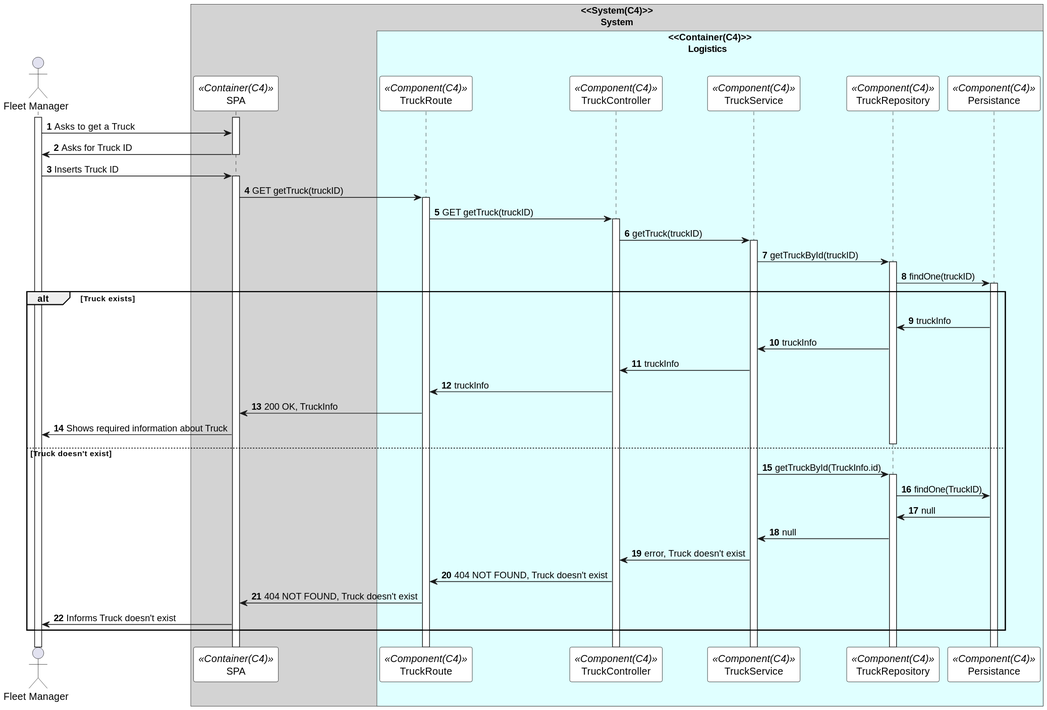
Above: Documents/Deployment Diagrams/Level 3 - Component/Process View/Truck/svg/getTruckSD.svg in 0franciscor/dei_3dj_057 (PlantUML), before the change. Its diagram source:
```plantuml
@startuml getTruckSD

autonumber
!pragma teoz true

skinparam sequence {
ParticipantBorderColor black
ParticipantBackgroundColor white
}

actor "Fleet Manager" as manager

box "<<System(C4)>>\n       System" #LightGray
participant SPA as  SPA <<Container(C4)>>
box "<<Container(C4)>>\n       Logistics" #LightCyan
participant TruckRoute as Route <<Component(C4)>>
participant TruckController as Controller <<Component(C4)>>
participant TruckService as Service <<Component(C4)>>
participant TruckRepository as Repository <<Component(C4)>>
participant Persistance as Persistance <<Component(C4)>>
end box



activate manager
activate SPA
manager -> SPA: Asks to get a Truck

SPA -> manager: Asks for Truck ID
deactivate SPA

manager ->SPA: Inserts Truck ID
activate SPA

SPA -> Route: GET getTruck(truckID)
activate Route
Route -> Controller: GET getTruck(truckID)
activate Controller



Controller -> Service: getTruck(truckID)
activate Service

Service -> Repository: getTruckById(truckID)
activate Repository
Repository -> Persistance: findOne(truckID)
activate Persistance

alt Truck exists

Persistance -> Repository: truckInfo
Repository->Service: truckInfo

Service -> Controller: truckInfo
Controller->Route: truckInfo
Route->SPA: 200 OK, TruckInfo

SPA->manager: Shows required information about Truck
deactivate Repository

else Truck doesn't exist

Service -> Repository: getTruckById(TruckInfo.id)
activate Repository
Repository -> Persistance: findOne(TruckID)

Persistance->Repository: null
Repository->Service: null
Service->Controller: error, Truck doesn't exist
Controller->Route: 404 NOT FOUND, Truck doesn't exist
Route->SPA: 404 NOT FOUND, Truck doesn't exist
SPA->manager: Informs Truck doesn't exist


@enduml
```
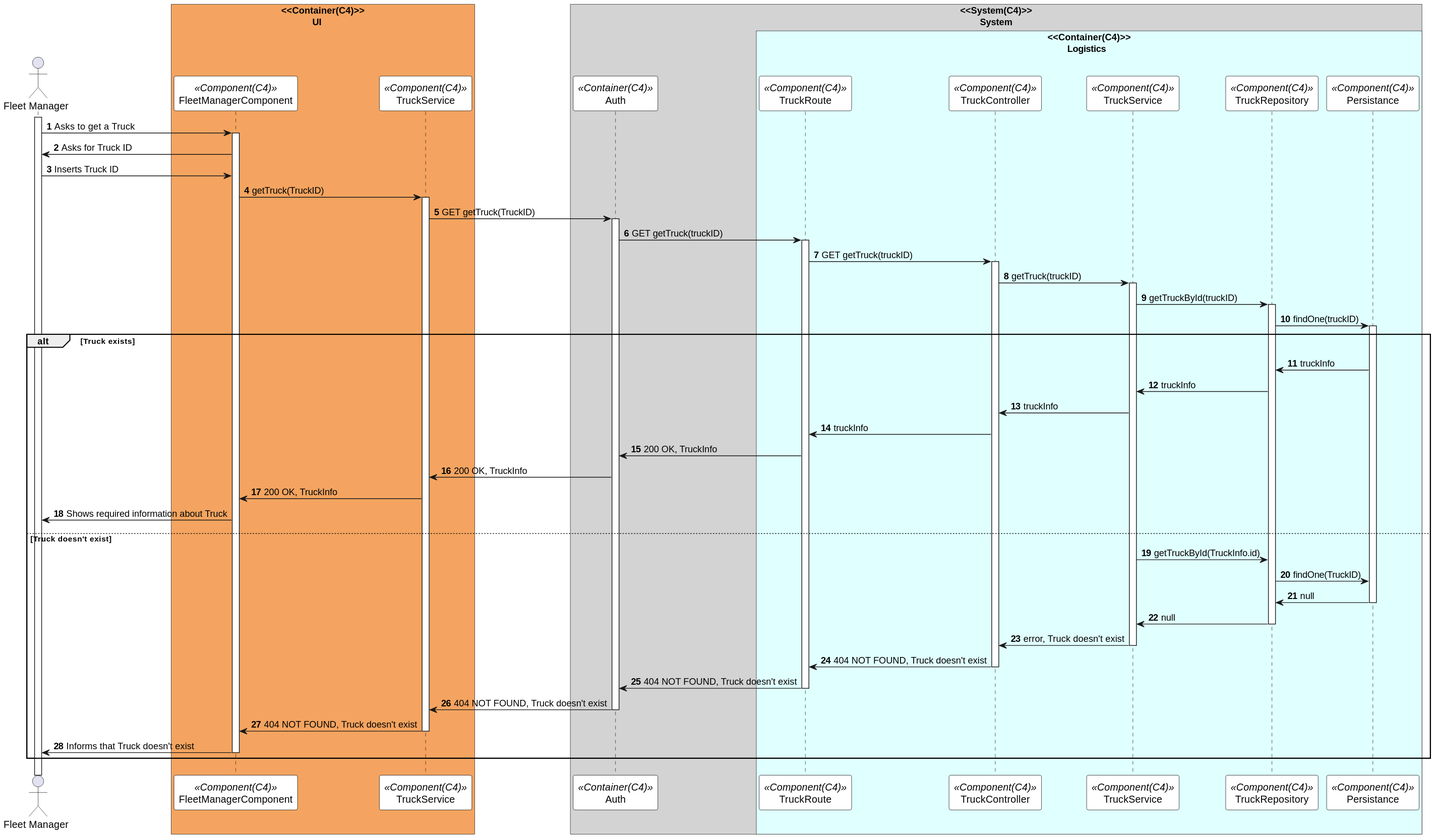
Above is the later version.

Change to the diagram source:
```diff
@@ -10,8 +10,13 @@
 
 actor "Fleet Manager" as manager
 
+box "<<Container(C4)>>\n           UI" #SandyBrown
+participant "FleetManagerComponent" as FleetManagerComponent <<Component(C4)>>
+participant "TruckService" as TruckService <<Component(C4)>>
+end box
+
 box "<<System(C4)>>\n       System" #LightGray
-participant SPA as  SPA <<Container(C4)>>
+participant Auth as  Auth <<Container(C4)>>
 box "<<Container(C4)>>\n       Logistics" #LightCyan
 participant TruckRoute as Route <<Component(C4)>>
 participant TruckController as Controller <<Component(C4)>>
@@ -23,16 +28,21 @@
 
 
 activate manager
-activate SPA
-manager -> SPA: Asks to get a Truck
 
-SPA -> manager: Asks for Truck ID
-deactivate SPA
+manager -> FleetManagerComponent: Asks to get a Truck
+activate FleetManagerComponent
+FleetManagerComponent -> manager: Asks for Truck ID
 
-manager ->SPA: Inserts Truck ID
-activate SPA
 
-SPA -> Route: GET getTruck(truckID)
+manager ->FleetManagerComponent: Inserts Truck ID
+
+FleetManagerComponent -> TruckService: getTruck(TruckID)
+activate TruckService
+TruckService -> Auth: GET getTruck(TruckID)
+
+activate Auth
+
+Auth -> Route: GET getTruck(truckID)
 activate Route
 Route -> Controller: GET getTruck(truckID)
 activate Controller
@@ -54,23 +64,35 @@
 
 Service -> Controller: truckInfo
 Controller->Route: truckInfo
-Route->SPA: 200 OK, TruckInfo
+Route->Auth: 200 OK, TruckInfo
+Auth->TruckService: 200 OK, TruckInfo
+TruckService->FleetManagerComponent: 200 OK, TruckInfo
 
-SPA->manager: Shows required information about Truck
-deactivate Repository
+FleetManagerComponent->manager: Shows required information about Truck
+
 
 else Truck doesn't exist
 
 Service -> Repository: getTruckById(TruckInfo.id)
-activate Repository
+
 Repository -> Persistance: findOne(TruckID)
 
 Persistance->Repository: null
+deactivate Persistance
 Repository->Service: null
+deactivate Repository
 Service->Controller: error, Truck doesn't exist
+deactivate Service
 Controller->Route: 404 NOT FOUND, Truck doesn't exist
-Route->SPA: 404 NOT FOUND, Truck doesn't exist
-SPA->manager: Informs Truck doesn't exist
+deactivate Controller
+Route->Auth: 404 NOT FOUND, Truck doesn't exist
+deactivate Route
+Auth -> TruckService: 404 NOT FOUND, Truck doesn't exist
+deactivate Auth
+TruckService -> FleetManagerComponent: 404 NOT FOUND, Truck doesn't exist
+deactivate TruckService
+FleetManagerComponent -> manager: Informs that Truck doesn't exist
+deactivate FleetManagerComponent
 
 
 @enduml
```
